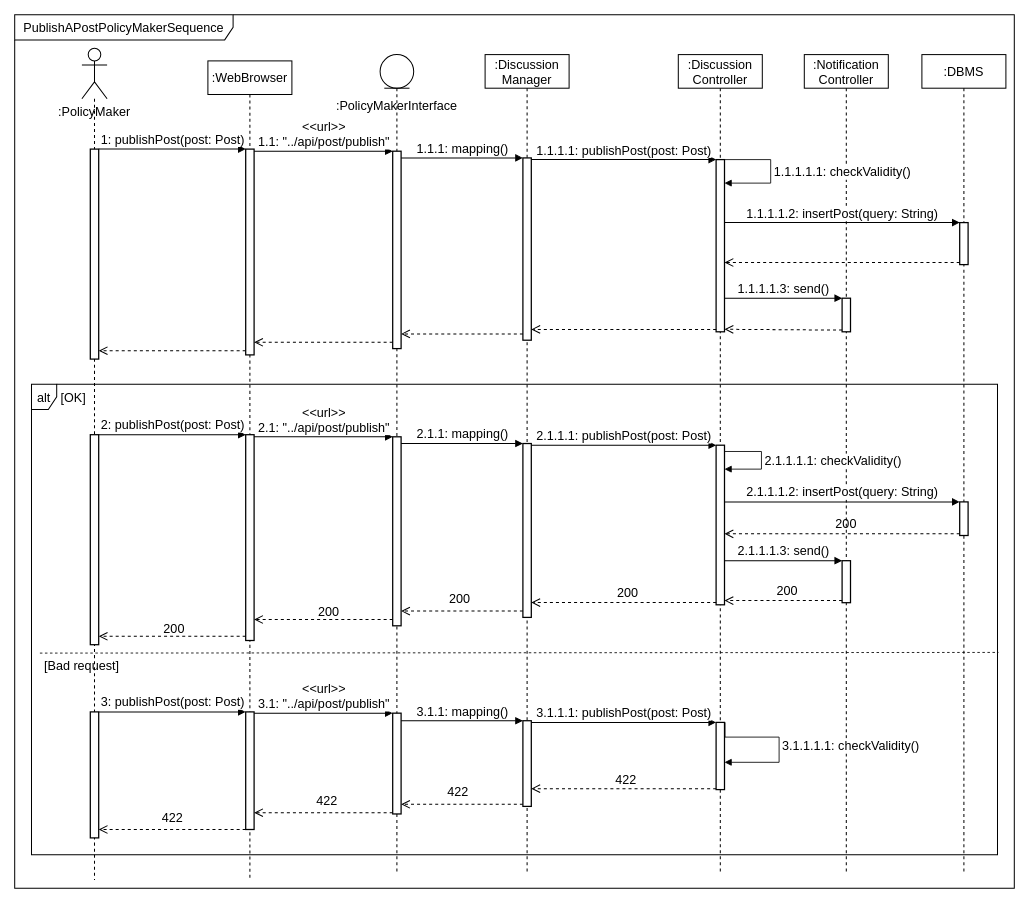
matteovisotto/SE2-CecchettoSirianiVisotto keeps this draw.io diagram as page "PublishAPostPolicyMaker" (5 of 18) of DD Diagrams/RunTimeViewDiagram.drawio. Above is the earlier version. Source tidied: cells renumbered, new cells numbered last; positions are measured from the earlier drawing's top-left corner, leaving out a move shared by most shapes. Both pictures are drawn from the tidied source at 84%, with x=0, y=0 at pixel (14, 14).
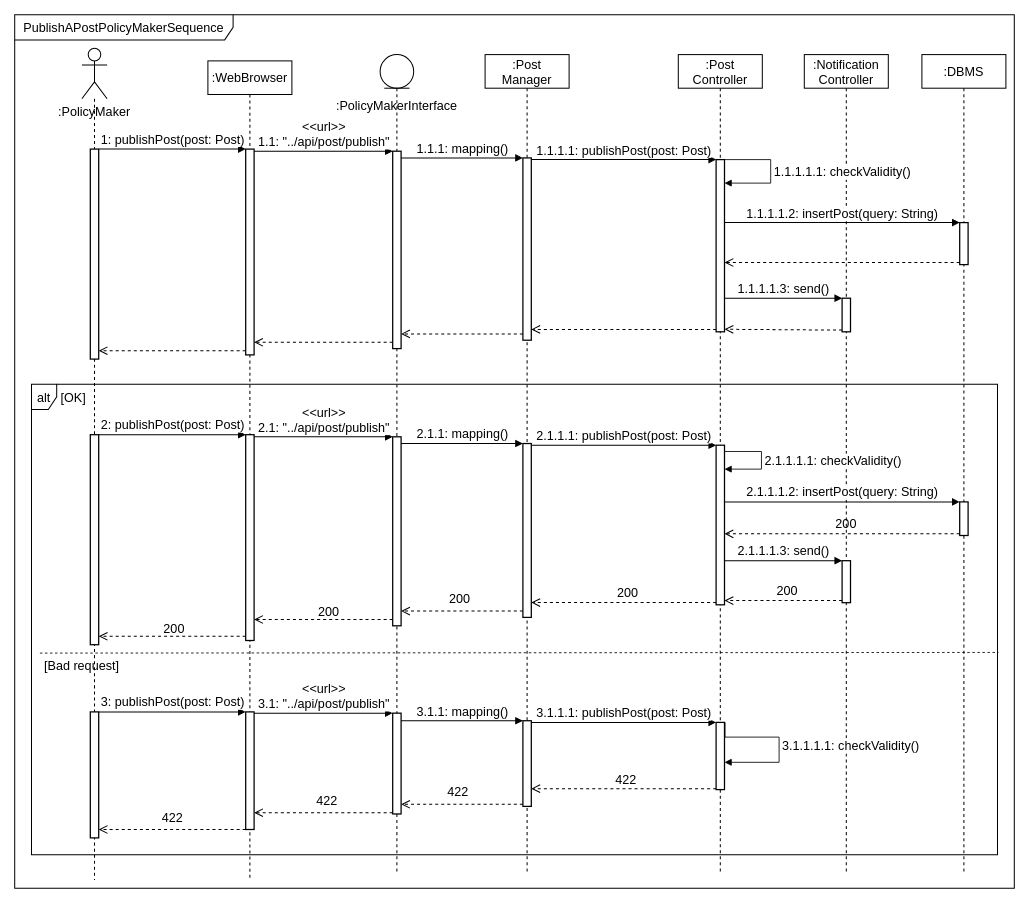
Above is the later version.

Diff of the diagram source:
```diff
@@
-    <mxCell id="7" value=":Discussion&lt;br style=&quot;font-size: 15px;&quot;&gt;Controller" style="shape=umlLifeline;perimeter=lifelinePerimeter;whiteSpace=wrap;html=1;strokeWidth=1.2;fontSize=15;" parent="1" vertex="1">
+    <mxCell id="7" value=":Post&lt;br style=&quot;font-size: 15px&quot;&gt;Controller" style="shape=umlLifeline;perimeter=lifelinePerimeter;whiteSpace=wrap;html=1;strokeWidth=1.2;fontSize=15;" parent="1" vertex="1">
       <mxGeometry x="790" y="47.5" width="100" height="975" as="geometry" />
     </mxCell>
@@
-    <mxCell id="10" value=":Discussion&lt;br style=&quot;font-size: 15px;&quot;&gt;Manager" style="shape=umlLifeline;perimeter=lifelinePerimeter;whiteSpace=wrap;html=1;strokeWidth=1.2;fontSize=15;" parent="1" vertex="1">
+    <mxCell id="10" value=":Post&lt;br style=&quot;font-size: 15px&quot;&gt;Manager" style="shape=umlLifeline;perimeter=lifelinePerimeter;whiteSpace=wrap;html=1;strokeWidth=1.2;fontSize=15;" parent="1" vertex="1">
       <mxGeometry x="560" y="47.5" width="100" height="975" as="geometry" />
     </mxCell>
```
